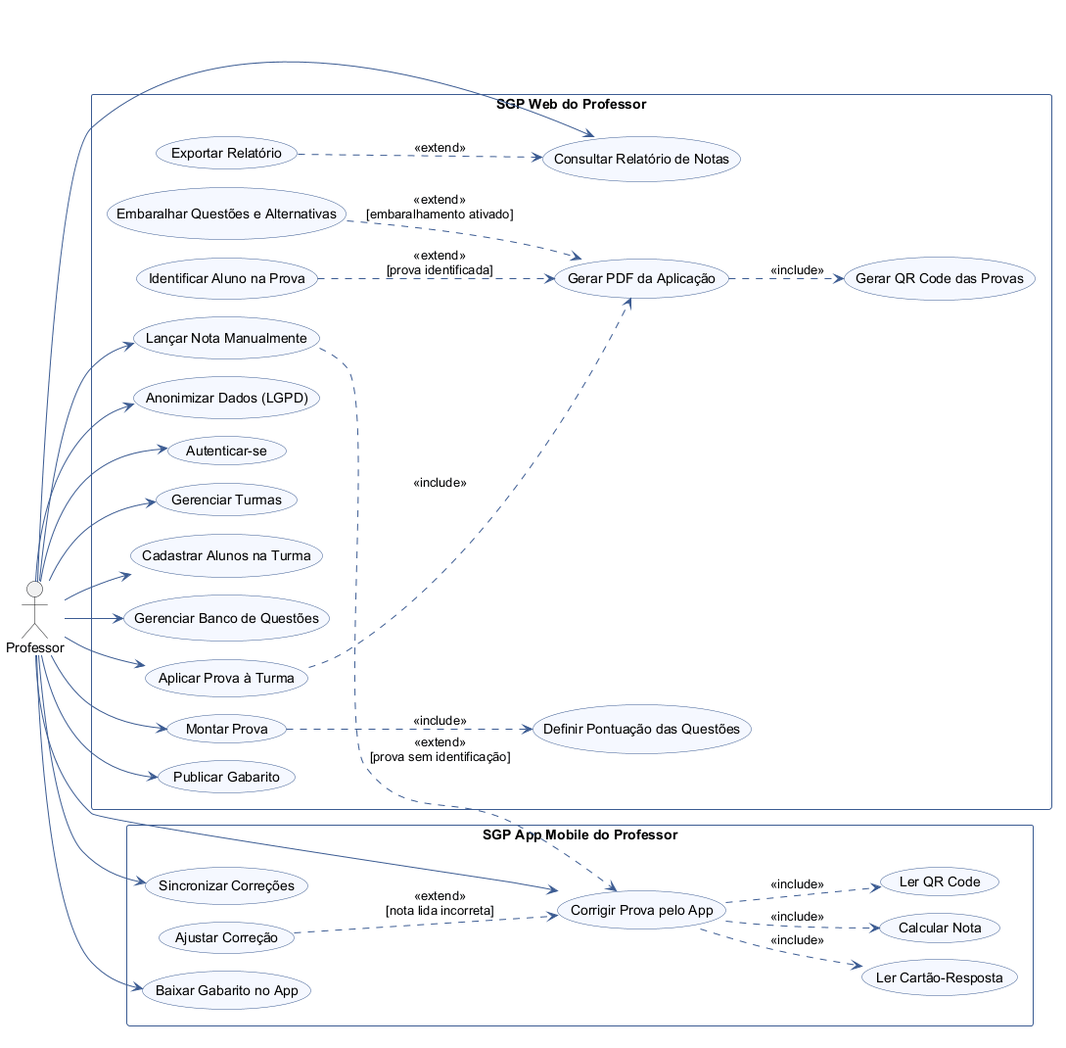
This is docs/uml/01-caso-de-uso/caso-de-uso.png from thiagomaes/sgp-provas, a PlantUML export, as it was before one commit.
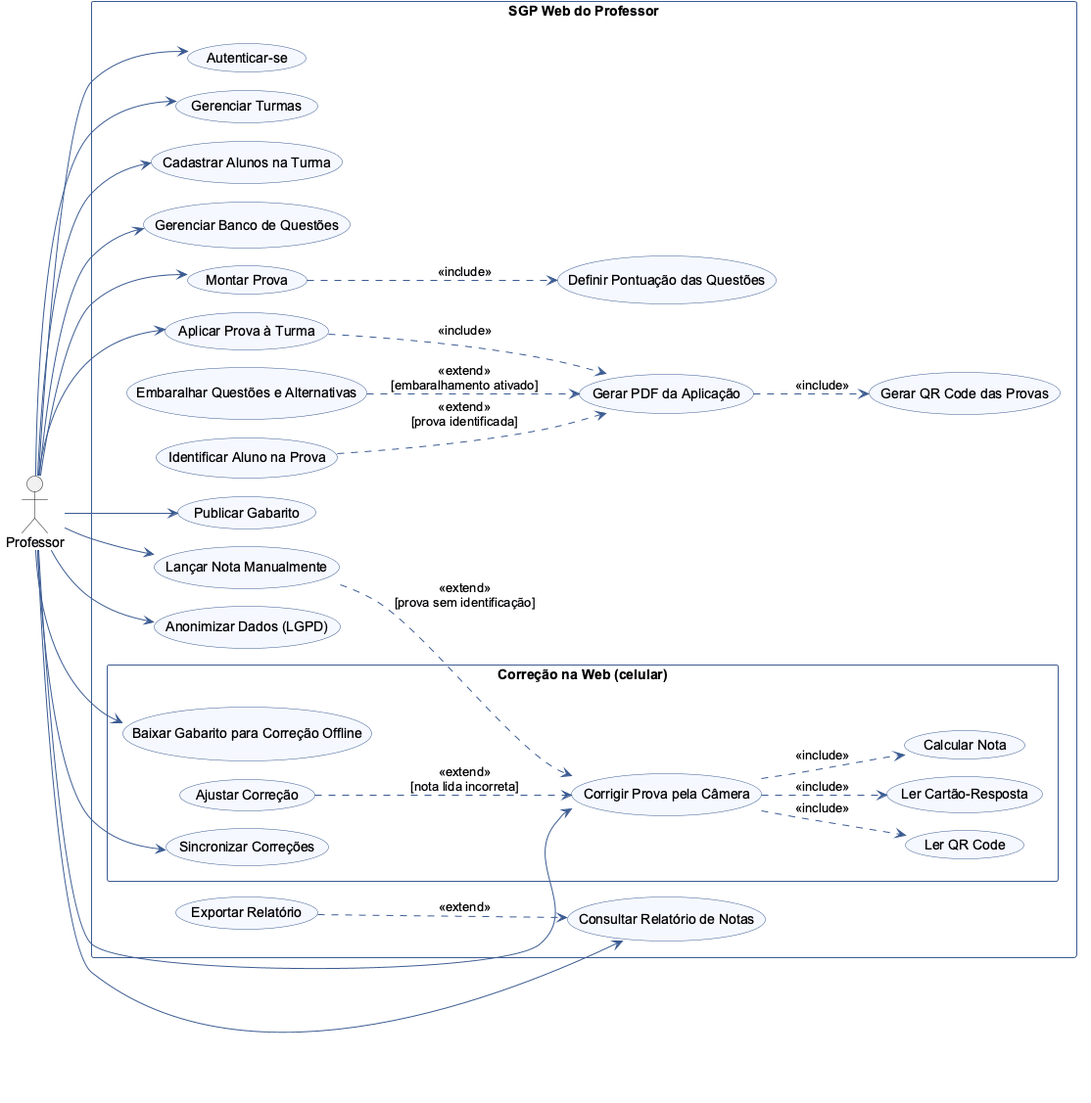
Later version of the same file.

Commit message:
docs(docs): troca app mobile pela correção na web no caso de uso

What changed in the source:
```diff
@@ -1,5 +1,4 @@
 @startuml caso-de-uso
-!pragma layout smetana
 
 left to right direction
 skinparam packageStyle rectangle
@@ -34,16 +33,16 @@
   usecase "Consultar Relatório de Notas" as UC_Relatorio
   usecase "Exportar Relatório" as UC_Exportar
   usecase "Anonimizar Dados (LGPD)" as UC_LGPD
-}
 
-rectangle "SGP App Mobile do Professor" {
-  usecase "Baixar Gabarito no App" as UC_Baixar
-  usecase "Corrigir Prova pelo App" as UC_Corrigir
-  usecase "Ler QR Code" as UC_LerQR
-  usecase "Ler Cartão-Resposta" as UC_LerCartao
-  usecase "Calcular Nota" as UC_Calcular
-  usecase "Ajustar Correção" as UC_Ajustar
-  usecase "Sincronizar Correções" as UC_Sync
+  rectangle "Correção na Web (celular)" {
+    usecase "Baixar Gabarito para Correção Offline" as UC_Baixar
+    usecase "Corrigir Prova pela Câmera" as UC_Corrigir
+    usecase "Ler QR Code" as UC_LerQR
+    usecase "Ler Cartão-Resposta" as UC_LerCartao
+    usecase "Calcular Nota" as UC_Calcular
+    usecase "Ajustar Correção" as UC_Ajustar
+    usecase "Sincronizar Correções" as UC_Sync
+  }
 }
 
 Prof --> UC_Auth
```
